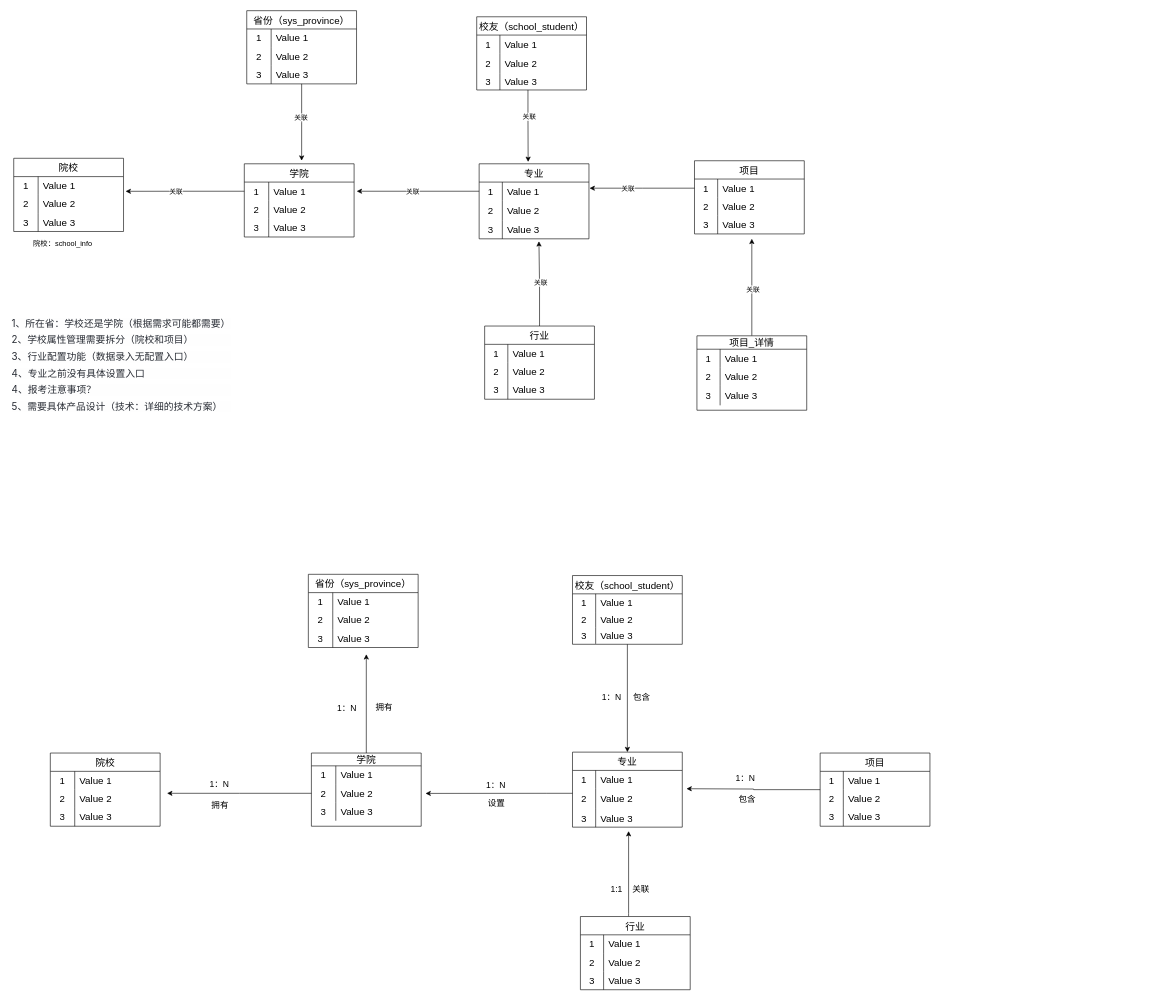
The draw.io diagram 海绵业务流程图/院校库大纲设计.drawio in YYB1024/myRemoteRepo, before the edit. Source tidied: cells renumbered, new cells numbered last; positions are measured from the earlier drawing's top-left corner, leaving out a move shared by most shapes. Both pictures are drawn from the tidied source at 61%, with x=0, y=0 at pixel (10, 10).
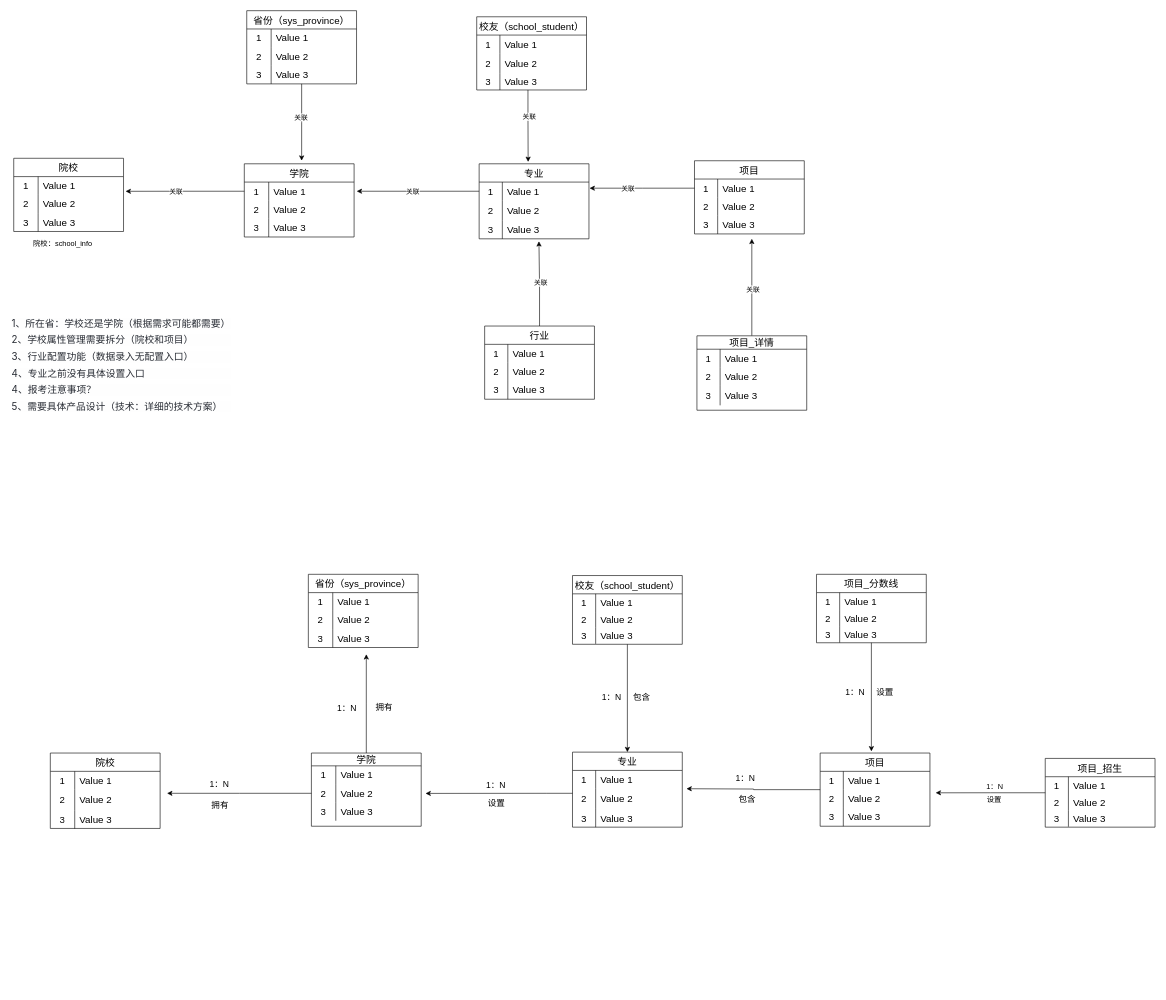
The same diagram, later.

Commit message:
更新院校库大纲设计.drawio

Diff of the diagram source:
```diff
@@
     <mxCell id="121" value="院校" style="shape=table;startSize=30;childLayout=tableLayout;rowLines=0;fontStyle=0;strokeColor=default;fontSize=16;" parent="1" vertex="1">
-      <mxGeometry x="65" y="1217" width="180" height="120" as="geometry" />
+      <mxGeometry x="65" y="1217" width="180" height="123.6" as="geometry" />
     </mxCell>
@@
     <mxCell id="125" style="shape=tableRow;horizontal=0;startSize=0;swimlaneHead=0;swimlaneBody=0;top=0;left=0;bottom=0;right=0;fillColor=none;strokeColor=inherit;fontSize=16;" parent="121" vertex="1">
-      <mxGeometry y="60" width="180" height="30" as="geometry" />
+      <mxGeometry y="60" width="180" height="34" as="geometry" />
     </mxCell>
     <mxCell id="126" value="2" style="shape=partialRectangle;html=1;whiteSpace=wrap;fillColor=none;top=0;left=0;bottom=0;right=0;overflow=hidden;strokeColor=inherit;fontSize=16;" parent="125" vertex="1">
-      <mxGeometry width="40" height="30" as="geometry" />
+      <mxGeometry width="40" height="34" as="geometry" />
     </mxCell>
     <mxCell id="127" value="Value 2" style="shape=partialRectangle;html=1;whiteSpace=wrap;fillColor=none;top=0;left=0;bottom=0;right=0;align=left;spacingLeft=6;overflow=hidden;strokeColor=inherit;fontSize=16;" parent="125" vertex="1">
-      <mxGeometry x="40" width="140" height="30" as="geometry" />
+      <mxGeometry x="40" width="140" height="34" as="geometry" />
     </mxCell>
     <mxCell id="128" style="shape=tableRow;horizontal=0;startSize=0;swimlaneHead=0;swimlaneBody=0;top=0;left=0;bottom=0;right=0;fillColor=none;strokeColor=inherit;fontSize=16;" parent="121" vertex="1">
-      <mxGeometry y="90" width="180" height="30" as="geometry" />
+      <mxGeometry y="94" width="180" height="30" as="geometry" />
     </mxCell>
@@
-    <mxCell id="172" style="edgeStyle=orthogonalEdgeStyle;rounded=0;jettySize=auto;html=1;" parent="1" edge="1" source="173">
-      <mxGeometry relative="1" as="geometry">
-        <mxPoint x="1013" y="1345" as="targetPoint" />
-        <Array as="points">
-          <mxPoint x="1013" y="1480" />
-          <mxPoint x="1013" y="1480" />
-        </Array>
-      </mxGeometry>
-    </mxCell>
-    <mxCell id="173" value="行业" style="shape=table;startSize=30;childLayout=tableLayout;rowLines=0;fontStyle=0;strokeColor=default;fontSize=16;" parent="1" vertex="1">
-      <mxGeometry x="934" y="1485" width="180" height="120" as="geometry" />
-    </mxCell>
-    <mxCell id="174" style="shape=tableRow;horizontal=0;startSize=0;swimlaneHead=0;swimlaneBody=0;top=0;left=0;bottom=0;right=0;fillColor=none;strokeColor=inherit;fontSize=16;" parent="173" vertex="1">
-      <mxGeometry y="30" width="180" height="30" as="geometry" />
-    </mxCell>
-    <mxCell id="175" value="1" style="shape=partialRectangle;html=1;whiteSpace=wrap;fillColor=none;top=0;left=0;bottom=0;right=0;overflow=hidden;strokeColor=inherit;fontSize=16;" parent="174" vertex="1">
-      <mxGeometry width="38" height="30" as="geometry" />
-    </mxCell>
-    <mxCell id="176" value="Value 1" style="shape=partialRectangle;html=1;whiteSpace=wrap;fillColor=none;top=0;left=0;bottom=0;right=0;align=left;spacingLeft=6;overflow=hidden;strokeColor=inherit;fontSize=16;" parent="174" vertex="1">
-      <mxGeometry x="38" width="142" height="30" as="geometry" />
-    </mxCell>
-    <mxCell id="177" style="shape=tableRow;horizontal=0;startSize=0;swimlaneHead=0;swimlaneBody=0;top=0;left=0;bottom=0;right=0;fillColor=none;strokeColor=inherit;fontSize=16;" parent="173" vertex="1">
-      <mxGeometry y="60" width="180" height="30" as="geometry" />
-    </mxCell>
-    <mxCell id="178" value="2" style="shape=partialRectangle;html=1;whiteSpace=wrap;fillColor=none;top=0;left=0;bottom=0;right=0;overflow=hidden;strokeColor=inherit;fontSize=16;" parent="177" vertex="1">
-      <mxGeometry width="38" height="30" as="geometry" />
-    </mxCell>
-    <mxCell id="179" value="Value 2" style="shape=partialRectangle;html=1;whiteSpace=wrap;fillColor=none;top=0;left=0;bottom=0;right=0;align=left;spacingLeft=6;overflow=hidden;strokeColor=inherit;fontSize=16;" parent="177" vertex="1">
-      <mxGeometry x="38" width="142" height="30" as="geometry" />
-    </mxCell>
-    <mxCell id="180" style="shape=tableRow;horizontal=0;startSize=0;swimlaneHead=0;swimlaneBody=0;top=0;left=0;bottom=0;right=0;fillColor=none;strokeColor=inherit;fontSize=16;" parent="173" vertex="1">
-      <mxGeometry y="90" width="180" height="30" as="geometry" />
-    </mxCell>
-    <mxCell id="181" value="3" style="shape=partialRectangle;html=1;whiteSpace=wrap;fillColor=none;top=0;left=0;bottom=0;right=0;overflow=hidden;strokeColor=inherit;fontSize=16;" parent="180" vertex="1">
-      <mxGeometry width="38" height="30" as="geometry" />
-    </mxCell>
-    <mxCell id="182" value="Value 3" style="shape=partialRectangle;html=1;whiteSpace=wrap;fillColor=none;top=0;left=0;bottom=0;right=0;align=left;spacingLeft=6;overflow=hidden;strokeColor=inherit;fontSize=16;" parent="180" vertex="1">
-      <mxGeometry x="38" width="142" height="30" as="geometry" />
-    </mxCell>
-    <mxCell id="183" value="1:1" style="text;html=1;align=center;verticalAlign=middle;strokeColor=none;fillColor=none;fontSize=14;" parent="1" vertex="1">
-      <mxGeometry x="974" y="1425" width="37" height="29" as="geometry" />
-    </mxCell>
-    <mxCell id="184" value="关联" style="text;html=1;align=center;verticalAlign=middle;strokeColor=none;fillColor=none;fontSize=14;" parent="1" vertex="1">
-      <mxGeometry x="1010" y="1425" width="46" height="29" as="geometry" />
-    </mxCell>
@@
+    <mxCell id="186" style="edgeStyle=orthogonalEdgeStyle;rounded=0;jettySize=auto;html=1;" parent="1" edge="1" source="187">
+      <mxGeometry relative="1" as="geometry">
+        <mxPoint x="1411" y="1214.2" as="targetPoint" />
+      </mxGeometry>
+    </mxCell>
+    <mxCell id="187" value="项目_分数线" style="shape=table;startSize=30;childLayout=tableLayout;rowLines=0;fontStyle=0;strokeColor=default;fontSize=16;" parent="1" vertex="1">
+      <mxGeometry x="1321" y="924" width="180" height="112.2" as="geometry" />
+    </mxCell>
+    <mxCell id="188" style="shape=tableRow;horizontal=0;startSize=0;swimlaneHead=0;swimlaneBody=0;top=0;left=0;bottom=0;right=0;fillColor=none;strokeColor=inherit;fontSize=16;" parent="187" vertex="1">
+      <mxGeometry y="30" width="180" height="30" as="geometry" />
+    </mxCell>
+    <mxCell id="189" value="1" style="shape=partialRectangle;html=1;whiteSpace=wrap;fillColor=none;top=0;left=0;bottom=0;right=0;overflow=hidden;strokeColor=inherit;fontSize=16;" parent="188" vertex="1">
+      <mxGeometry width="38" height="30" as="geometry" />
+    </mxCell>
+    <mxCell id="190" value="Value 1" style="shape=partialRectangle;html=1;whiteSpace=wrap;fillColor=none;top=0;left=0;bottom=0;right=0;align=left;spacingLeft=6;overflow=hidden;strokeColor=inherit;fontSize=16;" parent="188" vertex="1">
+      <mxGeometry x="38" width="142" height="30" as="geometry" />
+    </mxCell>
+    <mxCell id="191" style="shape=tableRow;horizontal=0;startSize=0;swimlaneHead=0;swimlaneBody=0;top=0;left=0;bottom=0;right=0;fillColor=none;strokeColor=inherit;fontSize=16;" parent="187" vertex="1">
+      <mxGeometry y="60" width="180" height="25" as="geometry" />
+    </mxCell>
+    <mxCell id="192" value="2" style="shape=partialRectangle;html=1;whiteSpace=wrap;fillColor=none;top=0;left=0;bottom=0;right=0;overflow=hidden;strokeColor=inherit;fontSize=16;" parent="191" vertex="1">
+      <mxGeometry width="38" height="25" as="geometry" />
+    </mxCell>
+    <mxCell id="193" value="Value 2" style="shape=partialRectangle;html=1;whiteSpace=wrap;fillColor=none;top=0;left=0;bottom=0;right=0;align=left;spacingLeft=6;overflow=hidden;strokeColor=inherit;fontSize=16;" parent="191" vertex="1">
+      <mxGeometry x="38" width="142" height="25" as="geometry" />
+    </mxCell>
+    <mxCell id="194" style="shape=tableRow;horizontal=0;startSize=0;swimlaneHead=0;swimlaneBody=0;top=0;left=0;bottom=0;right=0;fillColor=none;strokeColor=inherit;fontSize=16;" parent="187" vertex="1">
+      <mxGeometry y="85" width="180" height="27" as="geometry" />
+    </mxCell>
+    <mxCell id="195" value="3" style="shape=partialRectangle;html=1;whiteSpace=wrap;fillColor=none;top=0;left=0;bottom=0;right=0;overflow=hidden;strokeColor=inherit;fontSize=16;" parent="194" vertex="1">
+      <mxGeometry width="38" height="27" as="geometry" />
+    </mxCell>
+    <mxCell id="196" value="Value 3" style="shape=partialRectangle;html=1;whiteSpace=wrap;fillColor=none;top=0;left=0;bottom=0;right=0;align=left;spacingLeft=6;overflow=hidden;strokeColor=inherit;fontSize=16;" parent="194" vertex="1">
+      <mxGeometry x="38" width="142" height="27" as="geometry" />
+    </mxCell>
+    <mxCell id="197" style="edgeStyle=orthogonalEdgeStyle;rounded=0;jettySize=auto;html=1;" parent="1" edge="1" source="198">
+      <mxGeometry relative="1" as="geometry">
+        <mxPoint x="1516.4" y="1282.2" as="targetPoint" />
+      </mxGeometry>
+    </mxCell>
+    <mxCell id="198" value="项目_招生" style="shape=table;startSize=30;childLayout=tableLayout;rowLines=0;fontStyle=0;strokeColor=default;fontSize=16;" parent="1" vertex="1">
+      <mxGeometry x="1696" y="1225.8" width="180" height="112.7" as="geometry" />
+    </mxCell>
+    <mxCell id="199" style="shape=tableRow;horizontal=0;startSize=0;swimlaneHead=0;swimlaneBody=0;top=0;left=0;bottom=0;right=0;fillColor=none;strokeColor=inherit;fontSize=16;" parent="198" vertex="1">
+      <mxGeometry y="30" width="180" height="30" as="geometry" />
+    </mxCell>
+    <mxCell id="200" value="1" style="shape=partialRectangle;html=1;whiteSpace=wrap;fillColor=none;top=0;left=0;bottom=0;right=0;overflow=hidden;strokeColor=inherit;fontSize=16;" parent="199" vertex="1">
+      <mxGeometry width="38" height="30" as="geometry" />
+    </mxCell>
+    <mxCell id="201" value="Value 1" style="shape=partialRectangle;html=1;whiteSpace=wrap;fillColor=none;top=0;left=0;bottom=0;right=0;align=left;spacingLeft=6;overflow=hidden;strokeColor=inherit;fontSize=16;" parent="199" vertex="1">
+      <mxGeometry x="38" width="142" height="30" as="geometry" />
+    </mxCell>
+    <mxCell id="202" style="shape=tableRow;horizontal=0;startSize=0;swimlaneHead=0;swimlaneBody=0;top=0;left=0;bottom=0;right=0;fillColor=none;strokeColor=inherit;fontSize=16;" parent="198" vertex="1">
+      <mxGeometry y="60" width="180" height="25" as="geometry" />
+    </mxCell>
+    <mxCell id="203" value="2" style="shape=partialRectangle;html=1;whiteSpace=wrap;fillColor=none;top=0;left=0;bottom=0;right=0;overflow=hidden;strokeColor=inherit;fontSize=16;" parent="202" vertex="1">
+      <mxGeometry width="38" height="25" as="geometry" />
+    </mxCell>
+    <mxCell id="204" value="Value 2" style="shape=partialRectangle;html=1;whiteSpace=wrap;fillColor=none;top=0;left=0;bottom=0;right=0;align=left;spacingLeft=6;overflow=hidden;strokeColor=inherit;fontSize=16;" parent="202" vertex="1">
+      <mxGeometry x="38" width="142" height="25" as="geometry" />
+    </mxCell>
+    <mxCell id="205" style="shape=tableRow;horizontal=0;startSize=0;swimlaneHead=0;swimlaneBody=0;top=0;left=0;bottom=0;right=0;fillColor=none;strokeColor=inherit;fontSize=16;" parent="198" vertex="1">
+      <mxGeometry y="85" width="180" height="27" as="geometry" />
+    </mxCell>
+    <mxCell id="206" value="3" style="shape=partialRectangle;html=1;whiteSpace=wrap;fillColor=none;top=0;left=0;bottom=0;right=0;overflow=hidden;strokeColor=inherit;fontSize=16;" parent="205" vertex="1">
+      <mxGeometry width="38" height="27" as="geometry" />
+    </mxCell>
+    <mxCell id="207" value="Value 3" style="shape=partialRectangle;html=1;whiteSpace=wrap;fillColor=none;top=0;left=0;bottom=0;right=0;align=left;spacingLeft=6;overflow=hidden;strokeColor=inherit;fontSize=16;" parent="205" vertex="1">
+      <mxGeometry x="38" width="142" height="27" as="geometry" />
+    </mxCell>
+    <mxCell id="208" style="text;html=1;align=center;verticalAlign=middle;strokeColor=none;fillColor=none;" parent="1" vertex="1">
+      <mxGeometry x="1391" y="1089" width="18" height="26" as="geometry" />
+    </mxCell>
+    <mxCell id="209" value="&lt;font style=&quot;font-size: 14px;&quot;&gt;1：N&lt;/font&gt;" style="text;html=1;align=center;verticalAlign=middle;strokeColor=none;fillColor=none;fontSize=14;" parent="1" vertex="1">
+      <mxGeometry x="1359" y="1102" width="50" height="29" as="geometry" />
+    </mxCell>
+    <mxCell id="210" value="设置" style="text;html=1;align=center;verticalAlign=middle;strokeColor=none;fillColor=none;fontSize=14;" parent="1" vertex="1">
+      <mxGeometry x="1410" y="1102" width="46" height="29" as="geometry" />
+    </mxCell>
+    <mxCell id="211" value="1：N" style="text;html=1;align=center;verticalAlign=middle;strokeColor=none;fillColor=none;" parent="1" vertex="1">
+      <mxGeometry x="1590" y="1259" width="45" height="26" as="geometry" />
+    </mxCell>
+    <mxCell id="212" value="设置" style="text;html=1;align=center;verticalAlign=middle;strokeColor=none;fillColor=none;" parent="1" vertex="1">
+      <mxGeometry x="1591" y="1281" width="42" height="26" as="geometry" />
+    </mxCell>
```
